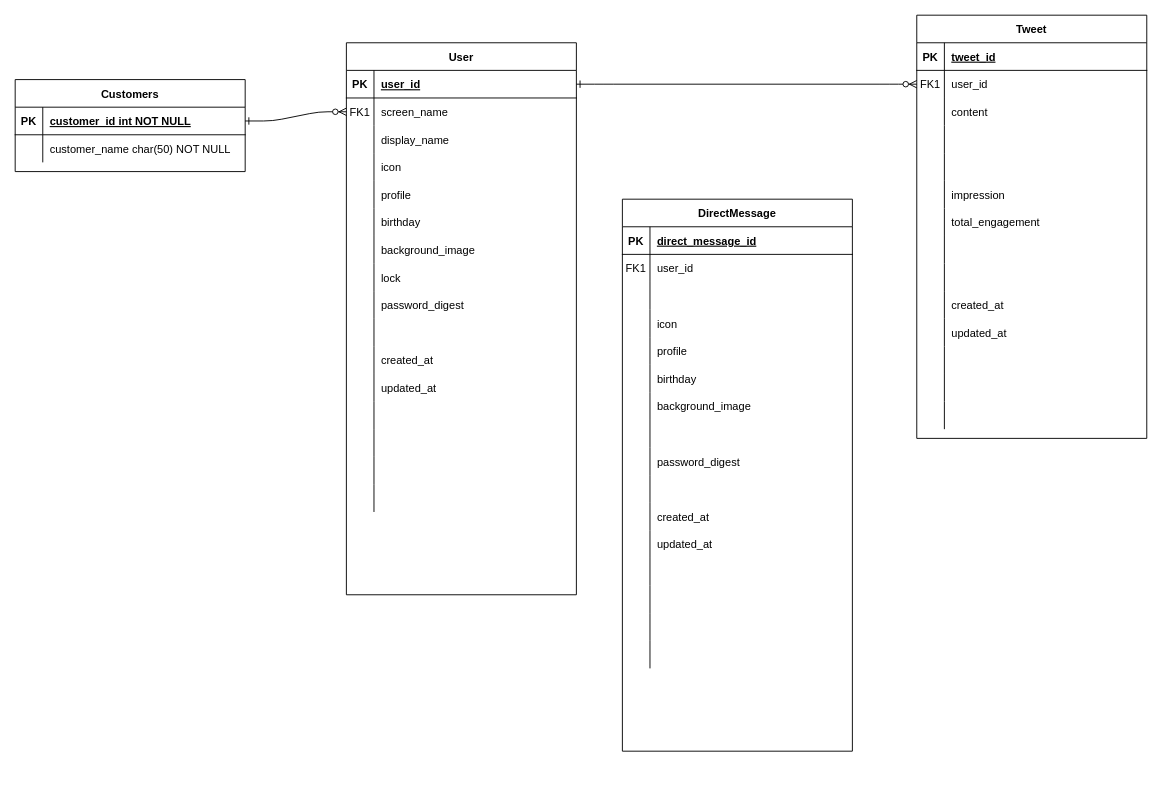
Before: twitter.drawio in universato/boot, a draw.io diagram. Source tidied: cells renumbered, new cells numbered last; positions are measured from the earlier drawing's top-left corner, leaving out a move shared by most shapes. Both pictures are drawn from the tidied source at 92%, with x=0, y=0 at pixel (15, 15).
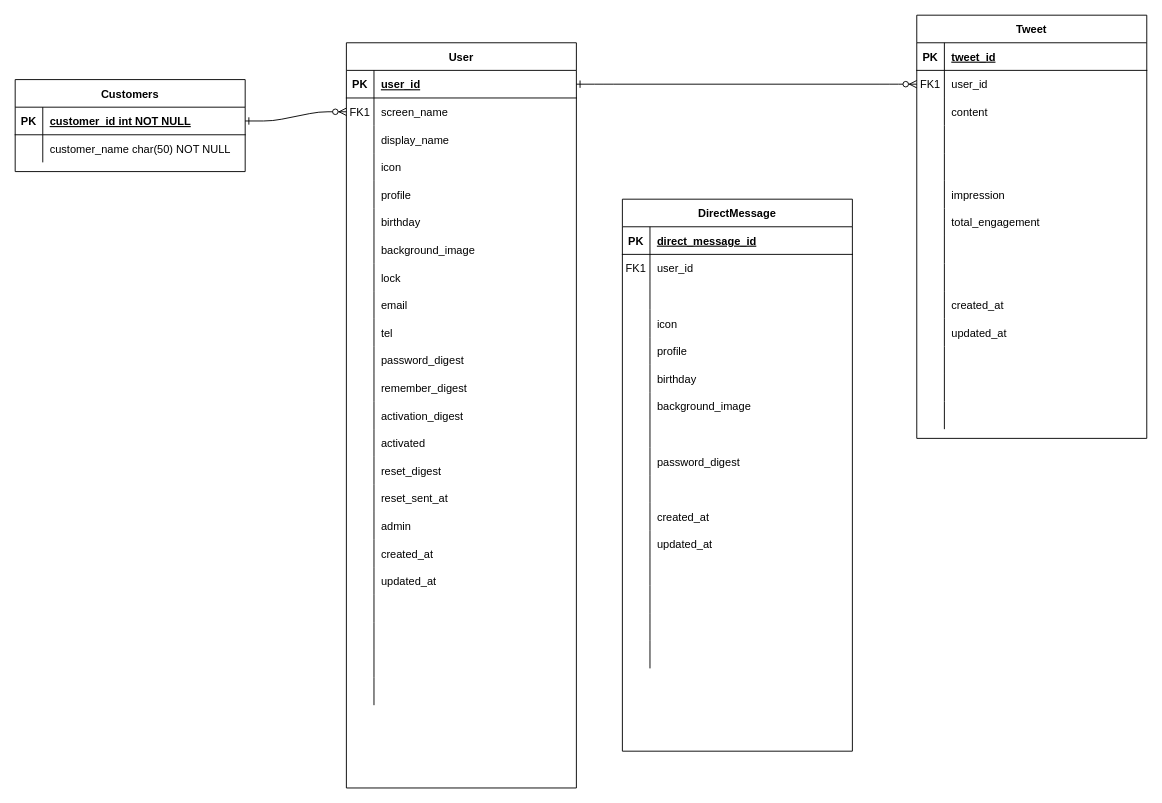
The same diagram, later.

Commit message:
Update twitter.drawio about user

What changed in the source:
```diff
@@
     <mxCell id="4" value="User" style="shape=table;startSize=30;childLayout=tableLayout;rowLines=0;fontStyle=1;align=center;" parent="1" vertex="1">
-      <mxGeometry x="360" y="30" width="250" height="600" as="geometry" />
+      <mxGeometry x="360" y="30" width="250" height="810" as="geometry" />
     </mxCell>
@@
+    <mxCell id="152" style="shape=partialRectangle;fillColor=none;top=0;left=0;right=0;bottom=0;" parent="4" vertex="1">
+      <mxGeometry y="270" width="250" height="30" as="geometry" />
+    </mxCell>
+    <mxCell id="153" style="shape=partialRectangle;overflow=hidden;fillColor=none;top=0;left=0;bottom=0;right=0;" parent="152" vertex="1">
+      <mxGeometry width="30" height="30" as="geometry" />
+    </mxCell>
+    <mxCell id="154" value="email" style="shape=partialRectangle;overflow=hidden;fillColor=none;top=0;left=0;bottom=0;right=0;align=left;spacingLeft=6;" parent="152" vertex="1">
+      <mxGeometry x="30" width="220" height="30" as="geometry" />
+    </mxCell>
+    <mxCell id="155" style="shape=partialRectangle;fillColor=none;top=0;left=0;right=0;bottom=0;" parent="4" vertex="1">
+      <mxGeometry y="300" width="250" height="30" as="geometry" />
+    </mxCell>
+    <mxCell id="156" style="shape=partialRectangle;overflow=hidden;fillColor=none;top=0;left=0;bottom=0;right=0;" parent="155" vertex="1">
+      <mxGeometry width="30" height="30" as="geometry" />
+    </mxCell>
+    <mxCell id="157" value="tel" style="shape=partialRectangle;overflow=hidden;fillColor=none;top=0;left=0;bottom=0;right=0;align=left;spacingLeft=6;" parent="155" vertex="1">
+      <mxGeometry x="30" width="220" height="30" as="geometry" />
+    </mxCell>
     <mxCell id="29" style="shape=partialRectangle;fillColor=none;top=0;left=0;right=0;bottom=0;" parent="4" vertex="1">
-      <mxGeometry y="270" width="250" height="30" as="geometry" />
+      <mxGeometry y="330" width="250" height="30" as="geometry" />
     </mxCell>
@@
     <mxCell id="32" style="shape=partialRectangle;fillColor=none;top=0;left=0;right=0;bottom=0;" parent="4" vertex="1">
-      <mxGeometry y="300" width="250" height="30" as="geometry" />
+      <mxGeometry y="360" width="250" height="30" as="geometry" />
     </mxCell>
@@
-    <mxCell id="34" style="shape=partialRectangle;overflow=hidden;fillColor=none;top=0;left=0;bottom=0;right=0;align=left;spacingLeft=6;" parent="32" vertex="1">
+    <mxCell id="34" value="remember_digest" style="shape=partialRectangle;overflow=hidden;fillColor=none;top=0;left=0;bottom=0;right=0;align=left;spacingLeft=6;" parent="32" vertex="1">
       <mxGeometry x="30" width="220" height="30" as="geometry" />
     </mxCell>
+    <mxCell id="158" style="shape=partialRectangle;fillColor=none;top=0;left=0;right=0;bottom=0;" parent="4" vertex="1">
+      <mxGeometry y="390" width="250" height="30" as="geometry" />
+    </mxCell>
+    <mxCell id="159" style="shape=partialRectangle;overflow=hidden;fillColor=none;top=0;left=0;bottom=0;right=0;" parent="158" vertex="1">
+      <mxGeometry width="30" height="30" as="geometry" />
+    </mxCell>
+    <mxCell id="160" value="activation_digest" style="shape=partialRectangle;overflow=hidden;fillColor=none;top=0;left=0;bottom=0;right=0;align=left;spacingLeft=6;" parent="158" vertex="1">
+      <mxGeometry x="30" width="220" height="30" as="geometry" />
+    </mxCell>
+    <mxCell id="161" style="shape=partialRectangle;fillColor=none;top=0;left=0;right=0;bottom=0;" parent="4" vertex="1">
+      <mxGeometry y="420" width="250" height="30" as="geometry" />
+    </mxCell>
+    <mxCell id="162" style="shape=partialRectangle;overflow=hidden;fillColor=none;top=0;left=0;bottom=0;right=0;" parent="161" vertex="1">
+      <mxGeometry width="30" height="30" as="geometry" />
+    </mxCell>
+    <mxCell id="163" value="activated" style="shape=partialRectangle;overflow=hidden;fillColor=none;top=0;left=0;bottom=0;right=0;align=left;spacingLeft=6;" parent="161" vertex="1">
+      <mxGeometry x="30" width="220" height="30" as="geometry" />
+    </mxCell>
+    <mxCell id="164" style="shape=partialRectangle;fillColor=none;top=0;left=0;right=0;bottom=0;" parent="4" vertex="1">
+      <mxGeometry y="450" width="250" height="30" as="geometry" />
+    </mxCell>
+    <mxCell id="165" style="shape=partialRectangle;overflow=hidden;fillColor=none;top=0;left=0;bottom=0;right=0;" parent="164" vertex="1">
+      <mxGeometry width="30" height="30" as="geometry" />
+    </mxCell>
+    <mxCell id="166" value="reset_digest" style="shape=partialRectangle;overflow=hidden;fillColor=none;top=0;left=0;bottom=0;right=0;align=left;spacingLeft=6;" parent="164" vertex="1">
+      <mxGeometry x="30" width="220" height="30" as="geometry" />
+    </mxCell>
+    <mxCell id="167" style="shape=partialRectangle;fillColor=none;top=0;left=0;right=0;bottom=0;" parent="4" vertex="1">
+      <mxGeometry y="480" width="250" height="30" as="geometry" />
+    </mxCell>
+    <mxCell id="168" style="shape=partialRectangle;overflow=hidden;fillColor=none;top=0;left=0;bottom=0;right=0;" parent="167" vertex="1">
+      <mxGeometry width="30" height="30" as="geometry" />
+    </mxCell>
+    <mxCell id="169" value="reset_sent_at" style="shape=partialRectangle;overflow=hidden;fillColor=none;top=0;left=0;bottom=0;right=0;align=left;spacingLeft=6;" parent="167" vertex="1">
+      <mxGeometry x="30" width="220" height="30" as="geometry" />
+    </mxCell>
+    <mxCell id="170" style="shape=partialRectangle;fillColor=none;top=0;left=0;right=0;bottom=0;" parent="4" vertex="1">
+      <mxGeometry y="510" width="250" height="30" as="geometry" />
+    </mxCell>
+    <mxCell id="171" style="shape=partialRectangle;overflow=hidden;fillColor=none;top=0;left=0;bottom=0;right=0;" parent="170" vertex="1">
+      <mxGeometry width="30" height="30" as="geometry" />
+    </mxCell>
+    <mxCell id="172" value="admin" style="shape=partialRectangle;overflow=hidden;fillColor=none;top=0;left=0;bottom=0;right=0;align=left;spacingLeft=6;" parent="170" vertex="1">
+      <mxGeometry x="30" width="220" height="30" as="geometry" />
+    </mxCell>
     <mxCell id="35" style="shape=partialRectangle;fillColor=none;top=0;left=0;right=0;bottom=0;" parent="4" vertex="1">
-      <mxGeometry y="330" width="250" height="30" as="geometry" />
+      <mxGeometry y="540" width="250" height="30" as="geometry" />
     </mxCell>
@@
     <mxCell id="38" style="shape=partialRectangle;fillColor=none;top=0;left=0;right=0;bottom=0;" parent="4" vertex="1">
-      <mxGeometry y="360" width="250" height="30" as="geometry" />
+      <mxGeometry y="570" width="250" height="30" as="geometry" />
     </mxCell>
@@
     <mxCell id="41" style="shape=partialRectangle;fillColor=none;top=0;left=0;right=0;bottom=0;" parent="4" vertex="1">
-      <mxGeometry y="390" width="250" height="30" as="geometry" />
+      <mxGeometry y="600" width="250" height="30" as="geometry" />
     </mxCell>
@@
     <mxCell id="44" style="shape=partialRectangle;fillColor=none;top=0;left=0;right=0;bottom=0;" parent="4" vertex="1">
-      <mxGeometry y="420" width="250" height="30" as="geometry" />
+      <mxGeometry y="630" width="250" height="30" as="geometry" />
     </mxCell>
@@
     <mxCell id="47" style="shape=partialRectangle;fillColor=none;top=0;left=0;right=0;bottom=0;" parent="4" vertex="1">
-      <mxGeometry y="450" width="250" height="30" as="geometry" />
+      <mxGeometry y="660" width="250" height="30" as="geometry" />
     </mxCell>
@@
     <mxCell id="50" style="shape=partialRectangle;fillColor=none;top=0;left=0;right=0;bottom=0;" parent="4" vertex="1">
-      <mxGeometry y="480" width="250" height="30" as="geometry" />
+      <mxGeometry y="690" width="250" height="30" as="geometry" />
     </mxCell>
```
